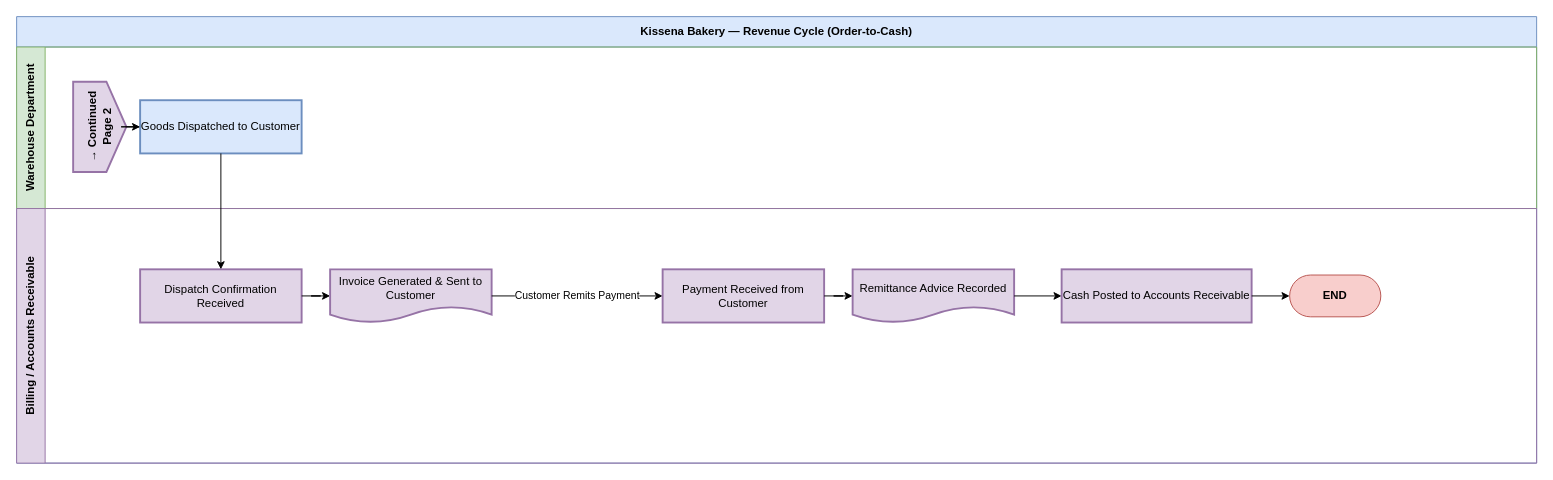
Earlier version of the draw.io diagram page "Page 2" (2 of 2) of Revenue_Cycle_Controls.drawio (JinjieG0314/drawio). Source tidied: cells renumbered, new cells numbered last; positions are measured from the earlier drawing's top-left corner, leaving out a move shared by most shapes. Both pictures are drawn from the tidied source at 95%, with x=0, y=0 at pixel (16, 16).
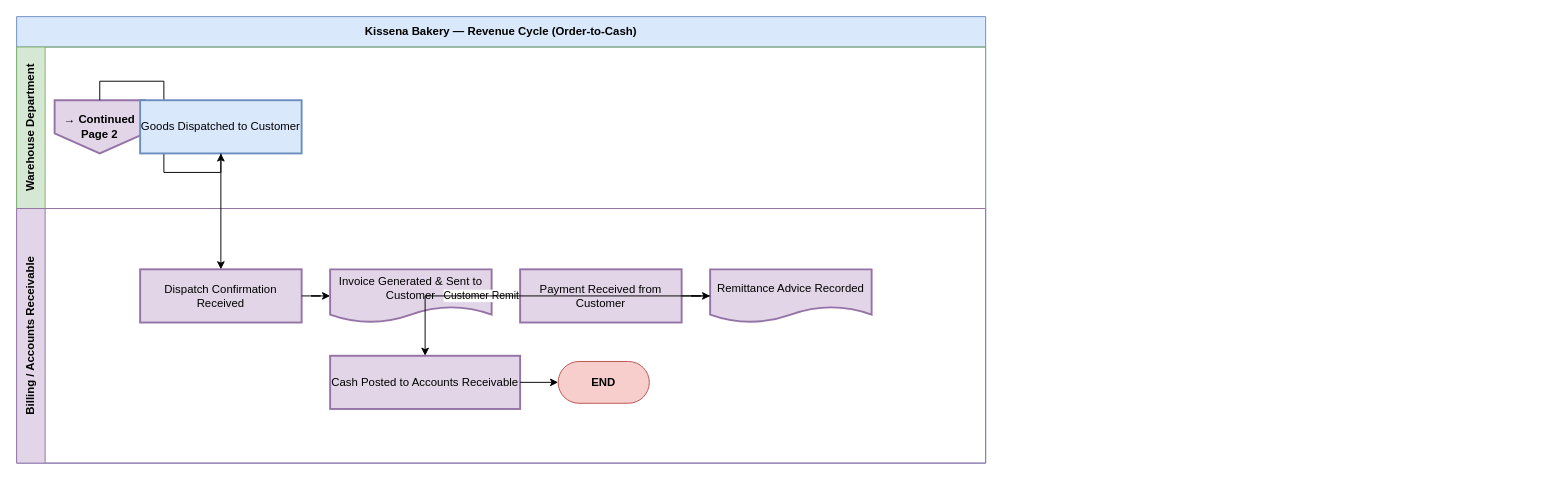
The same page after the edit.

Commit message (it also covers changes not shown here):
Make off-page connector text horizontal

Diff of the diagram source:
```diff
@@
 <mxGraphModel>
   <root>
     <mxCell id="0" />
     <mxCell id="1" parent="0" />
     <mxCell id="2" value="Kissena Bakery — Revenue Cycle (Order-to-Cash)" style="swimlane;startSize=32;horizontal=1;whiteSpace=wrap;html=1;fillColor=#dae8fc;strokeColor=#6c8ebf;fontStyle=1;" parent="1" vertex="1">
-      <mxGeometry width="1600" height="470" as="geometry" />
+      <mxGeometry width="1020" height="470" as="geometry" />
     </mxCell>
     <mxCell id="3" value="Warehouse Department" style="swimlane;startSize=30;horizontal=0;whiteSpace=wrap;html=1;fillColor=#d5e8d4;strokeColor=#82b366;fontStyle=1;" parent="2" vertex="1">
-      <mxGeometry y="32" width="1600" height="170" as="geometry" />
+      <mxGeometry y="32" width="1020" height="170" as="geometry" />
     </mxCell>
-    <mxCell id="4" value="→ Continued Page 2" style="shape=offPageConnector;direction=east;whiteSpace=wrap;html=1;fillColor=#e1d5e7;strokeColor=#9673a6;strokeWidth=2;fontStyle=1;rotation=270;" parent="3" vertex="1">
+    <mxCell id="4" value="→ Continued Page 2" style="shape=offPageConnector;direction=east;whiteSpace=wrap;html=1;fillColor=#e1d5e7;strokeColor=#9673a6;strokeWidth=2;fontStyle=1;" parent="3" vertex="1">
       <mxGeometry x="40" y="56" width="95" height="56" as="geometry" />
     </mxCell>
     <mxCell id="5" style="edgeStyle=orthogonalEdgeStyle;rounded=0;jettySize=auto;html=1;" parent="3" edge="1" source="4" target="6">
       <mxGeometry relative="1" as="geometry" />
     </mxCell>
     <mxCell id="6" value="Goods Dispatched to Customer" style="rounded=0;whiteSpace=wrap;html=1;fillColor=#dae8fc;strokeColor=#6c8ebf;strokeWidth=2;" parent="3" vertex="1">
       <mxGeometry x="130" y="56" width="170" height="56" as="geometry" />
     </mxCell>
     <mxCell id="7" value="Billing / Accounts Receivable" style="swimlane;startSize=30;horizontal=0;whiteSpace=wrap;html=1;fillColor=#e1d5e7;strokeColor=#9673a6;fontStyle=1;" parent="2" vertex="1">
-      <mxGeometry y="202" width="1600" height="268" as="geometry" />
+      <mxGeometry y="202" width="1020" height="268" as="geometry" />
     </mxCell>
     <mxCell id="8" value="Dispatch Confirmation Received" style="rounded=0;whiteSpace=wrap;html=1;fillColor=#e1d5e7;strokeColor=#9673a6;strokeWidth=2;" parent="7" vertex="1">
       <mxGeometry x="130" y="64" width="170" height="56" as="geometry" />
     </mxCell>
     <mxCell id="9" style="edgeStyle=orthogonalEdgeStyle;rounded=0;jettySize=auto;html=1;" parent="7" edge="1" source="8" target="10">
       <mxGeometry relative="1" as="geometry" />
     </mxCell>
     <mxCell id="10" value="Invoice Generated &amp; Sent to Customer" style="shape=document;whiteSpace=wrap;html=1;boundedLbl=1;fillColor=#e1d5e7;strokeColor=#9673a6;strokeWidth=2;" parent="7" vertex="1">
       <mxGeometry x="330" y="64" width="170" height="56" as="geometry" />
     </mxCell>
     <mxCell id="11" value="Customer Remits Payment" style="edgeStyle=orthogonalEdgeStyle;rounded=0;jettySize=auto;html=1;" parent="7" edge="1" source="10" target="12">
       <mxGeometry relative="1" as="geometry" />
     </mxCell>
     <mxCell id="12" value="Payment Received from Customer" style="rounded=0;whiteSpace=wrap;html=1;fillColor=#e1d5e7;strokeColor=#9673a6;strokeWidth=2;" parent="7" vertex="1">
-      <mxGeometry x="680" y="64" width="170" height="56" as="geometry" />
+      <mxGeometry x="530" y="64" width="170" height="56" as="geometry" />
     </mxCell>
     <mxCell id="13" style="edgeStyle=orthogonalEdgeStyle;rounded=0;jettySize=auto;html=1;" parent="7" edge="1" source="12" target="14">
       <mxGeometry relative="1" as="geometry" />
     </mxCell>
     <mxCell id="14" value="Remittance Advice Recorded" style="shape=document;whiteSpace=wrap;html=1;boundedLbl=1;fillColor=#e1d5e7;strokeColor=#9673a6;strokeWidth=2;" parent="7" vertex="1">
-      <mxGeometry x="880" y="64" width="170" height="56" as="geometry" />
+      <mxGeometry x="730" y="64" width="170" height="56" as="geometry" />
     </mxCell>
     <mxCell id="15" style="edgeStyle=orthogonalEdgeStyle;rounded=0;jettySize=auto;html=1;" parent="7" edge="1" source="14" target="16">
       <mxGeometry relative="1" as="geometry" />
     </mxCell>
     <mxCell id="16" value="Cash Posted to Accounts Receivable" style="rounded=0;whiteSpace=wrap;html=1;fillColor=#e1d5e7;strokeColor=#9673a6;strokeWidth=2;" parent="7" vertex="1">
-      <mxGeometry x="1100" y="64" width="200" height="56" as="geometry" />
+      <mxGeometry x="330" y="155" width="200" height="56" as="geometry" />
     </mxCell>
     <mxCell id="17" style="edgeStyle=orthogonalEdgeStyle;rounded=0;jettySize=auto;html=1;" parent="7" edge="1" source="16" target="18">
       <mxGeometry relative="1" as="geometry" />
     </mxCell>
     <mxCell id="18" value="END" style="rounded=1;arcSize=50;whiteSpace=wrap;html=1;fillColor=#f8cecc;strokeColor=#b85450;fontStyle=1;" parent="7" vertex="1">
-      <mxGeometry x="1340" y="70" width="96" height="44" as="geometry" />
+      <mxGeometry x="570" y="161" width="96" height="44" as="geometry" />
     </mxCell>
     <mxCell id="19" style="edgeStyle=orthogonalEdgeStyle;rounded=0;jettySize=auto;html=1;" parent="2" edge="1" source="6" target="8">
       <mxGeometry relative="1" as="geometry" />
     </mxCell>
   </root>
 </mxGraphModel>
```
